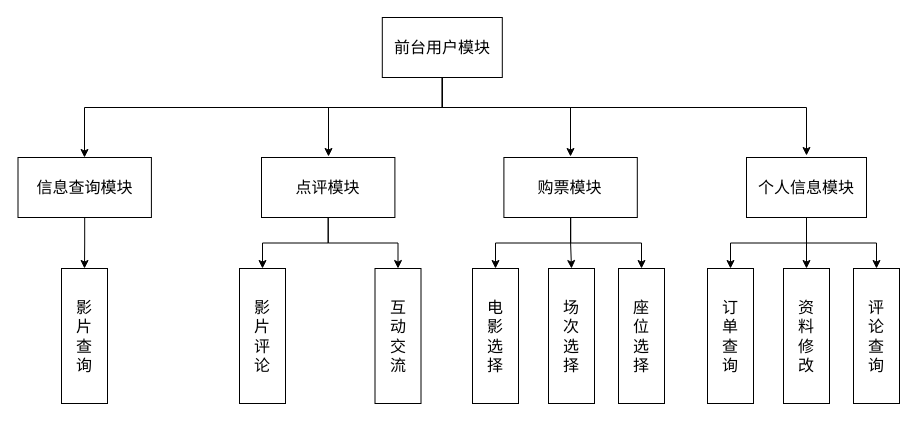
Before: 前台模块功能分类图.drawio in Zhengwenbang/coolweather, a draw.io diagram. Source tidied: cells renumbered, new cells numbered last; positions are measured from the earlier drawing's top-left corner, leaving out a move shared by most shapes. Both pictures are drawn from the tidied source at 100%, with x=0, y=0 at pixel (18, 17).
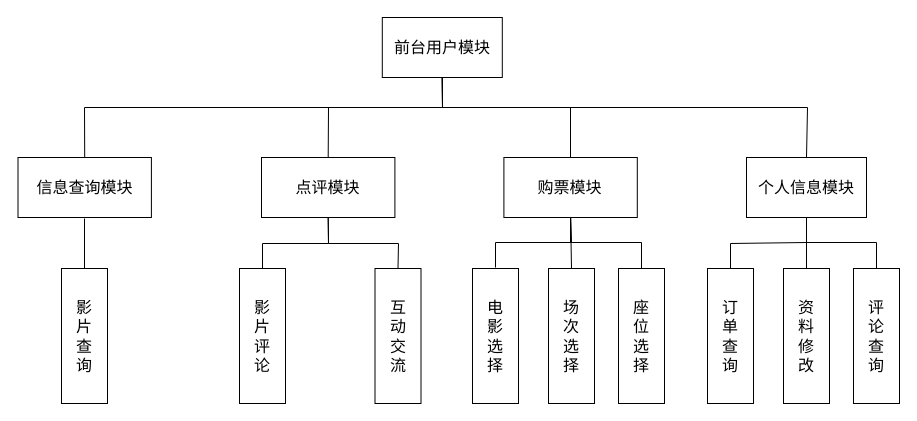
After the change.

Commit message:
更新前台模块功能分类图.drawio

Unchanged cells that the change refers to:
```xml
<mxCell id="6" value="&lt;font style=&quot;font-size: 16px;&quot;&gt;前台用户模块&lt;/font&gt;" style="rounded=0;whiteSpace=wrap;html=1;" parent="1" vertex="1">
  <mxGeometry x="363.8" width="120" height="60" as="geometry" />
</mxCell>
<mxCell id="7" value="&lt;font style=&quot;font-size: 16px;&quot;&gt;影&lt;br&gt;片&lt;br&gt;查&lt;br&gt;询&lt;/font&gt;" style="rounded=0;whiteSpace=wrap;html=1;" parent="1" vertex="1">
  <mxGeometry x="43" y="251" width="46" height="135" as="geometry" />
</mxCell>
<mxCell id="9" value="&lt;span style=&quot;font-size: 16px;&quot;&gt;订&lt;br&gt;单&lt;br&gt;查&lt;br&gt;询&lt;/span&gt;" style="rounded=0;whiteSpace=wrap;html=1;" parent="8" vertex="1">
  <mxGeometry width="46" height="135" as="geometry" />
</mxCell>
<mxCell id="10" value="&lt;span style=&quot;font-size: 16px;&quot;&gt;资&lt;br&gt;料&lt;br&gt;修&lt;br&gt;改&lt;/span&gt;" style="rounded=0;whiteSpace=wrap;html=1;" parent="8" vertex="1">
  <mxGeometry x="76" width="46" height="135" as="geometry" />
</mxCell>
<mxCell id="11" value="&lt;span style=&quot;font-size: 16px;&quot;&gt;评&lt;br&gt;论&lt;br&gt;查&lt;br&gt;询&lt;/span&gt;" style="rounded=0;whiteSpace=wrap;html=1;" parent="8" vertex="1">
  <mxGeometry x="146" width="46" height="135" as="geometry" />
</mxCell>
<mxCell id="13" value="&lt;span style=&quot;font-size: 16px;&quot;&gt;电&lt;br&gt;影&lt;br&gt;选&lt;br&gt;择&lt;/span&gt;" style="rounded=0;whiteSpace=wrap;html=1;" parent="12" vertex="1">
  <mxGeometry width="46" height="135" as="geometry" />
</mxCell>
<mxCell id="14" value="&lt;span style=&quot;font-size: 16px;&quot;&gt;场&lt;br&gt;次&lt;br&gt;选&lt;br&gt;择&lt;/span&gt;" style="rounded=0;whiteSpace=wrap;html=1;" parent="12" vertex="1">
  <mxGeometry x="76" width="46" height="135" as="geometry" />
</mxCell>
<mxCell id="15" value="&lt;span style=&quot;font-size: 16px;&quot;&gt;座&lt;br&gt;位&lt;br&gt;选&lt;br&gt;择&lt;/span&gt;" style="rounded=0;whiteSpace=wrap;html=1;" parent="12" vertex="1">
  <mxGeometry x="146" width="46" height="135" as="geometry" />
</mxCell>
<mxCell id="17" value="&lt;font style=&quot;font-size: 16px;&quot;&gt;个人信息模块&lt;/font&gt;" style="rounded=0;whiteSpace=wrap;html=1;" parent="16" vertex="1">
  <mxGeometry x="728.5" width="120" height="60" as="geometry" />
</mxCell>
<mxCell id="18" value="&lt;font style=&quot;font-size: 16px;&quot;&gt;信息查询模块&lt;/font&gt;" style="rounded=0;whiteSpace=wrap;html=1;" parent="16" vertex="1">
  <mxGeometry width="133.4" height="60" as="geometry" />
</mxCell>
<mxCell id="19" value="&lt;font style=&quot;font-size: 16px;&quot;&gt;点评模块&lt;/font&gt;" style="rounded=0;whiteSpace=wrap;html=1;" parent="16" vertex="1">
  <mxGeometry x="243.5" width="133.4" height="60" as="geometry" />
</mxCell>
<mxCell id="20" value="&lt;font style=&quot;font-size: 16px;&quot;&gt;购票模块&lt;/font&gt;" style="rounded=0;whiteSpace=wrap;html=1;" parent="16" vertex="1">
  <mxGeometry x="485.9" width="133.4" height="60" as="geometry" />
</mxCell>
<mxCell id="22" value="&lt;font style=&quot;font-size: 16px;&quot;&gt;影&lt;br&gt;片&lt;br&gt;评&lt;br&gt;论&lt;br&gt;&lt;/font&gt;" style="rounded=0;whiteSpace=wrap;html=1;" parent="21" vertex="1">
  <mxGeometry width="46" height="135" as="geometry" />
</mxCell>
<mxCell id="23" value="&lt;font style=&quot;font-size: 16px;&quot;&gt;互&lt;br&gt;动&lt;br&gt;交&lt;br&gt;流&lt;br&gt;&lt;/font&gt;" style="rounded=0;whiteSpace=wrap;html=1;" parent="21" vertex="1">
  <mxGeometry x="135.5" width="46" height="135" as="geometry" />
</mxCell>
```

Diff of the diagram source:
```diff
@@
-    <mxCell id="2" style="edgeStyle=orthogonalEdgeStyle;rounded=0;jettySize=auto;html=1;" parent="1" edge="1" source="6" target="18">
-      <mxGeometry relative="1" as="geometry">
-        <Array as="points">
-          <mxPoint x="424" y="90" />
-          <mxPoint x="66" y="90" />
-        </Array>
-      </mxGeometry>
-    </mxCell>
-    <mxCell id="3" style="edgeStyle=orthogonalEdgeStyle;rounded=0;orthogonalLoop=1;jettySize=auto;html=1;" parent="1" edge="1">
-      <mxGeometry relative="1" as="geometry">
-        <mxPoint x="423.8" y="59" as="sourcePoint" />
-        <mxPoint x="310" y="139" as="targetPoint" />
-        <Array as="points">
-          <mxPoint x="424" y="90" />
-          <mxPoint x="310" y="90" />
-        </Array>
-      </mxGeometry>
-    </mxCell>
-    <mxCell id="4" style="edgeStyle=orthogonalEdgeStyle;rounded=0;orthogonalLoop=1;jettySize=auto;html=1;" parent="1" edge="1">
-      <mxGeometry relative="1" as="geometry">
-        <mxPoint x="423.8" y="59" as="sourcePoint" />
-        <mxPoint x="552" y="139" as="targetPoint" />
-        <Array as="points">
-          <mxPoint x="424" y="90" />
-          <mxPoint x="552" y="90" />
-        </Array>
-      </mxGeometry>
-    </mxCell>
-    <mxCell id="5" style="edgeStyle=orthogonalEdgeStyle;rounded=0;orthogonalLoop=1;jettySize=auto;html=1;" parent="1" edge="1">
-      <mxGeometry relative="1" as="geometry">
-        <mxPoint x="423.8" y="58" as="sourcePoint" />
-        <mxPoint x="788" y="138" as="targetPoint" />
-        <Array as="points">
-          <mxPoint x="424" y="90" />
-          <mxPoint x="788" y="90" />
-        </Array>
-      </mxGeometry>
-    </mxCell>
@@
-    <mxCell id="24" style="edgeStyle=orthogonalEdgeStyle;rounded=0;jettySize=auto;html=1;entryX=0.5;entryY=0;entryDx=0;entryDy=0;" parent="1" edge="1" source="18" target="7">
-      <mxGeometry relative="1" as="geometry" />
-    </mxCell>
-    <mxCell id="25" style="edgeStyle=orthogonalEdgeStyle;rounded=0;jettySize=auto;html=1;" parent="1" edge="1" source="19" target="22">
-      <mxGeometry relative="1" as="geometry" />
-    </mxCell>
-    <mxCell id="26" style="edgeStyle=orthogonalEdgeStyle;rounded=0;jettySize=auto;html=1;" parent="1" edge="1" source="19" target="23">
-      <mxGeometry relative="1" as="geometry" />
-    </mxCell>
-    <mxCell id="27" style="edgeStyle=orthogonalEdgeStyle;rounded=0;jettySize=auto;html=1;entryX=0.5;entryY=0;entryDx=0;entryDy=0;" parent="1" edge="1" source="20" target="14">
-      <mxGeometry relative="1" as="geometry" />
-    </mxCell>
-    <mxCell id="28" style="edgeStyle=orthogonalEdgeStyle;rounded=0;jettySize=auto;html=1;" parent="1" edge="1" source="20" target="13">
-      <mxGeometry relative="1" as="geometry" />
-    </mxCell>
-    <mxCell id="29" style="edgeStyle=orthogonalEdgeStyle;rounded=0;jettySize=auto;html=1;" parent="1" edge="1" source="20" target="15">
-      <mxGeometry relative="1" as="geometry" />
-    </mxCell>
-    <mxCell id="30" style="edgeStyle=orthogonalEdgeStyle;rounded=0;jettySize=auto;html=1;entryX=0.5;entryY=0;entryDx=0;entryDy=0;" parent="1" edge="1" source="17" target="10">
-      <mxGeometry relative="1" as="geometry" />
-    </mxCell>
-    <mxCell id="31" style="edgeStyle=orthogonalEdgeStyle;rounded=0;jettySize=auto;html=1;" parent="1" edge="1" source="17" target="9">
-      <mxGeometry relative="1" as="geometry" />
-    </mxCell>
-    <mxCell id="32" style="edgeStyle=orthogonalEdgeStyle;rounded=0;jettySize=auto;html=1;" parent="1" edge="1" source="17" target="11">
-      <mxGeometry relative="1" as="geometry" />
-    </mxCell>
+    <mxCell id="33" style="endArrow=none;html=1;rounded=0;entryX=0.5;entryY=1;entryDx=0;entryDy=0;exitX=0.5;exitY=0;exitDx=0;exitDy=0;" parent="1" edge="1" source="19" target="6">
+      <mxGeometry relative="1" as="geometry">
+        <Array as="points">
+          <mxPoint x="310" y="90" />
+          <mxPoint x="424" y="90" />
+        </Array>
+      </mxGeometry>
+    </mxCell>
+    <mxCell id="34" style="endArrow=none;html=1;rounded=0;entryX=0.5;entryY=1;entryDx=0;entryDy=0;" parent="1" edge="1" target="6">
+      <mxGeometry relative="1" as="geometry">
+        <mxPoint x="552" y="140" as="sourcePoint" />
+        <Array as="points">
+          <mxPoint x="552" y="90" />
+          <mxPoint x="424" y="90" />
+        </Array>
+      </mxGeometry>
+    </mxCell>
+    <mxCell id="35" style="endArrow=none;html=1;rounded=0;entryX=0.5;entryY=1;entryDx=0;entryDy=0;exitX=0.5;exitY=0;exitDx=0;exitDy=0;" parent="1" edge="1" source="17" target="6">
+      <mxGeometry relative="1" as="geometry">
+        <Array as="points">
+          <mxPoint x="789" y="90" />
+          <mxPoint x="424" y="90" />
+        </Array>
+      </mxGeometry>
+    </mxCell>
+    <mxCell id="36" style="endArrow=none;html=1;rounded=0;entryX=0.5;entryY=1;entryDx=0;entryDy=0;exitX=0.5;exitY=0;exitDx=0;exitDy=0;" parent="1" edge="1" source="18" target="6">
+      <mxGeometry relative="1" as="geometry">
+        <Array as="points">
+          <mxPoint x="66" y="90" />
+          <mxPoint x="424" y="90" />
+        </Array>
+      </mxGeometry>
+    </mxCell>
+    <mxCell id="37" style="endArrow=none;html=1;rounded=0;exitX=0.5;exitY=0;exitDx=0;exitDy=0;" parent="1" edge="1" source="7">
+      <mxGeometry relative="1" as="geometry">
+        <mxPoint x="66" y="201" as="targetPoint" />
+      </mxGeometry>
+    </mxCell>
+    <mxCell id="38" style="endArrow=none;html=1;rounded=0;entryX=0.5;entryY=1;entryDx=0;entryDy=0;exitX=0.5;exitY=0;exitDx=0;exitDy=0;" parent="1" edge="1" source="22" target="19">
+      <mxGeometry relative="1" as="geometry">
+        <Array as="points">
+          <mxPoint x="244" y="226" />
+          <mxPoint x="310" y="226" />
+        </Array>
+      </mxGeometry>
+    </mxCell>
+    <mxCell id="39" style="endArrow=none;html=1;rounded=0;entryX=0.5;entryY=1;entryDx=0;entryDy=0;exitX=0.5;exitY=0;exitDx=0;exitDy=0;" parent="1" edge="1" source="23" target="19">
+      <mxGeometry relative="1" as="geometry">
+        <Array as="points">
+          <mxPoint x="380" y="226" />
+          <mxPoint x="310" y="226" />
+        </Array>
+      </mxGeometry>
+    </mxCell>
+    <mxCell id="40" style="endArrow=none;html=1;rounded=0;exitX=0.5;exitY=0;exitDx=0;exitDy=0;entryX=0.5;entryY=1;entryDx=0;entryDy=0;" parent="1" edge="1" target="20">
+      <mxGeometry relative="1" as="geometry">
+        <mxPoint x="477" y="250" as="sourcePoint" />
+        <Array as="points">
+          <mxPoint x="477" y="225" />
+          <mxPoint x="553" y="225" />
+        </Array>
+      </mxGeometry>
+    </mxCell>
+    <mxCell id="41" style="endArrow=none;html=1;rounded=0;entryX=0.5;entryY=1;entryDx=0;entryDy=0;exitX=0.5;exitY=0;exitDx=0;exitDy=0;" parent="1" edge="1" source="14" target="20">
+      <mxGeometry relative="1" as="geometry" />
+    </mxCell>
+    <mxCell id="42" style="endArrow=none;html=1;rounded=0;entryX=0.5;entryY=1;entryDx=0;entryDy=0;exitX=0.5;exitY=0;exitDx=0;exitDy=0;" parent="1" edge="1" source="15" target="20">
+      <mxGeometry relative="1" as="geometry">
+        <Array as="points">
+          <mxPoint x="623" y="225" />
+          <mxPoint x="552" y="225" />
+        </Array>
+      </mxGeometry>
+    </mxCell>
+    <mxCell id="43" style="endArrow=none;html=1;rounded=0;entryX=0.5;entryY=1;entryDx=0;entryDy=0;exitX=0.5;exitY=0;exitDx=0;exitDy=0;" parent="1" edge="1" source="10" target="17">
+      <mxGeometry relative="1" as="geometry" />
+    </mxCell>
+    <mxCell id="44" style="endArrow=none;html=1;rounded=0;entryX=0.5;entryY=1;entryDx=0;entryDy=0;exitX=0.5;exitY=0;exitDx=0;exitDy=0;" parent="1" edge="1" source="11" target="17">
+      <mxGeometry relative="1" as="geometry">
+        <Array as="points">
+          <mxPoint x="858" y="225" />
+          <mxPoint x="788" y="225" />
+        </Array>
+      </mxGeometry>
+    </mxCell>
+    <mxCell id="45" style="endArrow=none;html=1;rounded=0;entryX=0.5;entryY=1;entryDx=0;entryDy=0;exitX=0.5;exitY=0;exitDx=0;exitDy=0;" parent="1" edge="1" source="9" target="17">
+      <mxGeometry relative="1" as="geometry">
+        <Array as="points">
+          <mxPoint x="712" y="226" />
+          <mxPoint x="788" y="225" />
+        </Array>
+      </mxGeometry>
+    </mxCell>
```
